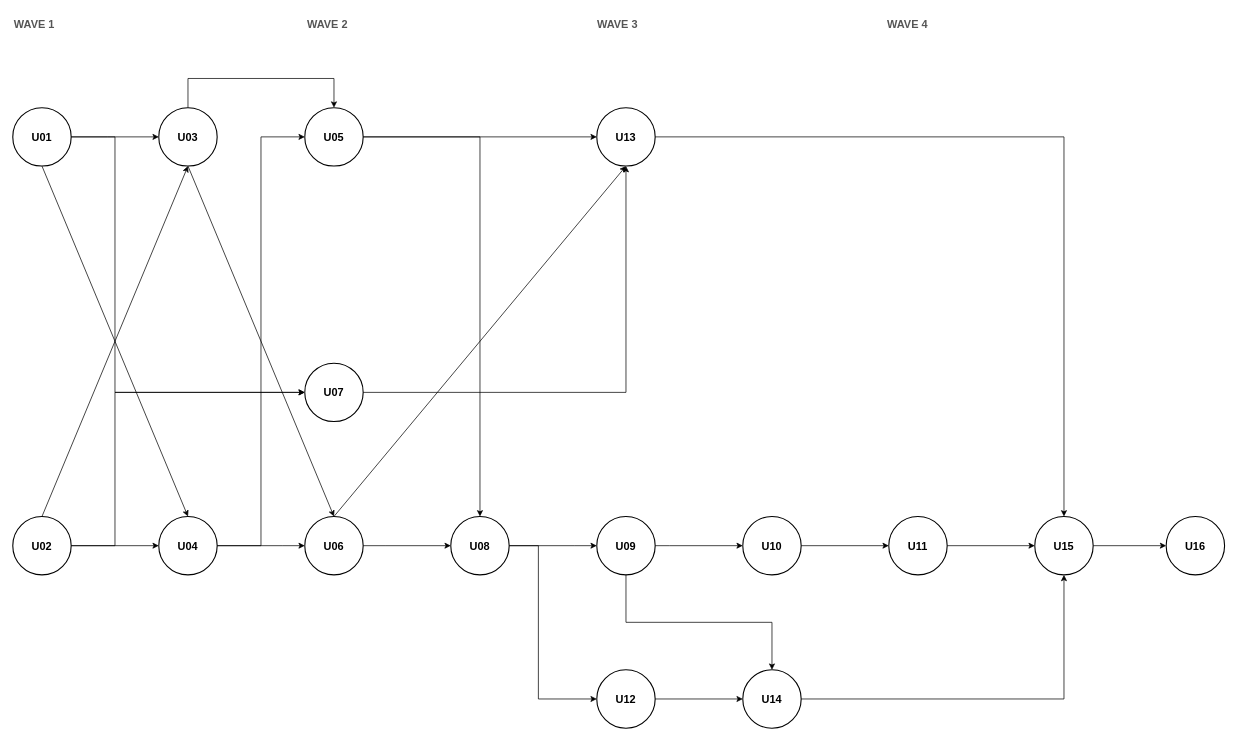
Above: aidlc-docs/inception/application-design/unit-of-work-dependency.drawio in hygef-v4/AI-Powered-Learning-Platform (draw.io), before the change. Source tidied: cells renumbered, new cells numbered last; positions are measured from the earlier drawing's top-left corner, leaving out a move shared by most shapes. Both pictures are drawn from the tidied source at 73%, with x=0, y=0 at pixel (12, 12).
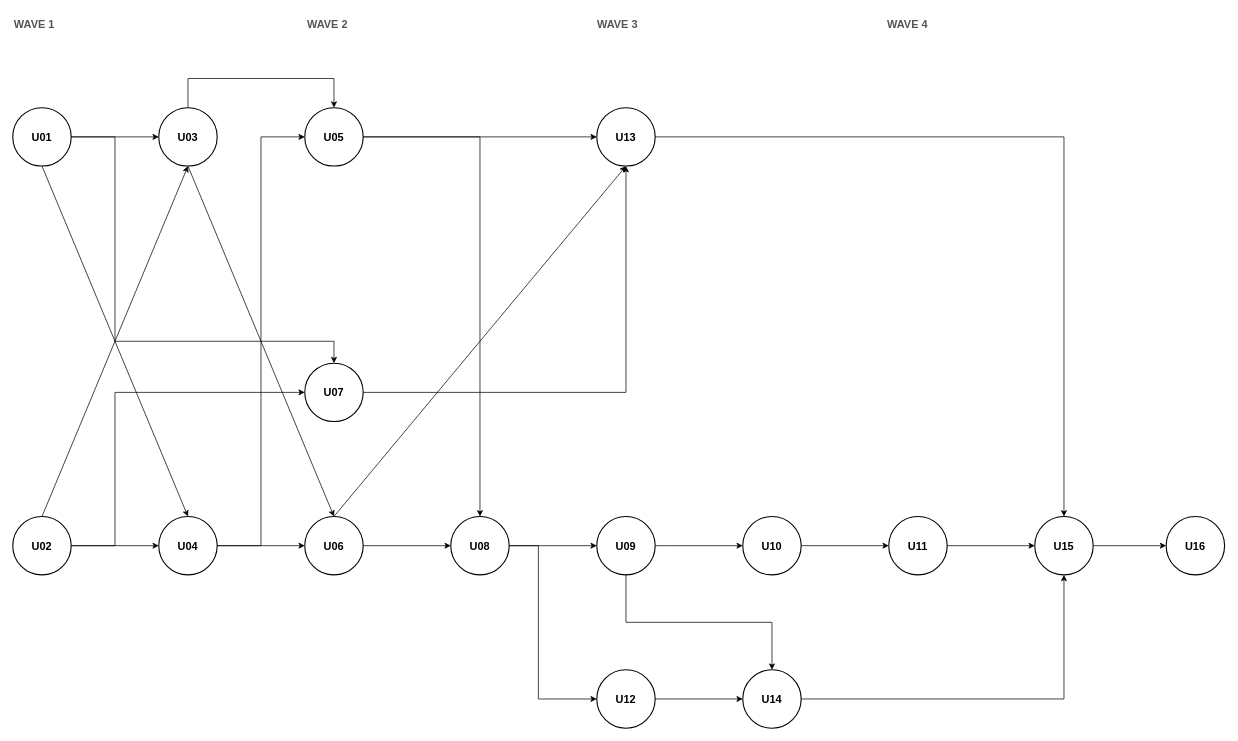
After the change.

Commit message (it also covers changes not shown here):
docs: Update unit dependency diagram

Refresh the application-design unit dependency diagram to reflect the latest wave sequencing and cross-unit dependencies, and regenerate the matching PNG export.

The change refers to these unchanged cells:
```xml
<mxCell id="3" value="U01" style="ellipse;whiteSpace=wrap;html=1;fillColor=#ffffff;strokeColor=#000000;strokeWidth=1.5;fontSize=15;fontStyle=1;" parent="1" vertex="1">
  <mxGeometry y="130" width="80" height="80" as="geometry" />
</mxCell>
<mxCell id="7" value="U07" style="ellipse;whiteSpace=wrap;html=1;fillColor=#ffffff;strokeColor=#000000;strokeWidth=1.5;fontSize=15;fontStyle=1;" parent="1" vertex="1">
  <mxGeometry x="400" y="480" width="80" height="80" as="geometry" />
</mxCell>
```

The edit, as a diff of the source:
```diff
@@
-    <mxCell id="26" style="edgeStyle=orthogonalEdgeStyle;rounded=0;curved=0;html=1;exitX=1;exitY=0.5;exitDx=0;exitDy=0;entryX=0;entryY=0.5;entryDx=0;entryDy=0;strokeColor=#000000;" parent="1" edge="1" source="3" target="7">
+    <mxCell id="26" style="edgeStyle=orthogonalEdgeStyle;rounded=0;curved=0;html=1;exitX=1;exitY=0.5;exitDx=0;exitDy=0;entryX=0.5;entryY=0;entryDx=0;entryDy=0;strokeColor=#000000;" parent="1" edge="1" source="3" target="7">
       <mxGeometry relative="1" as="geometry">
         <Array as="points">
           <mxPoint x="140" y="170" />
-          <mxPoint x="140" y="520" />
+          <mxPoint x="140" y="450" />
+          <mxPoint x="440" y="450" />
         </Array>
       </mxGeometry>
     </mxCell>
```
